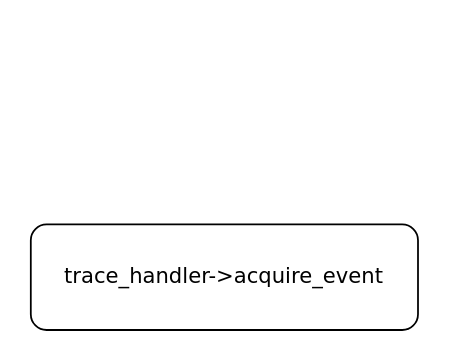
hubblezzhu/frr_learning keeps this draw.io diagram as perf_lock_contention.drawio. Above is the earlier version. Source tidied: cells renumbered, new cells numbered last; positions are measured from the earlier drawing's top-left corner, leaving out a move shared by most shapes. Both pictures are drawn from the tidied source at 176%, with x=0, y=0 at pixel (30, 224).
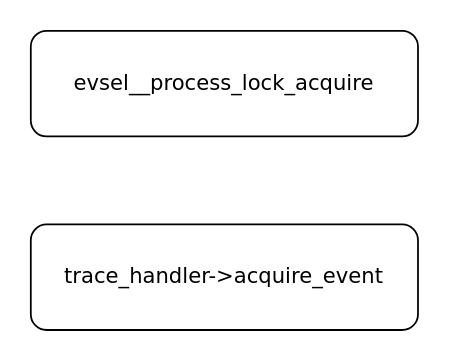
Above is the later version.

Change to the diagram source:
```diff
@@
 <mxGraphModel>
   <root>
     <mxCell id="0" />
     <mxCell id="1" parent="0" />
     <mxCell id="2" value="trace_handler-&amp;gt;acquire_event" style="rounded=1;whiteSpace=wrap;html=1;fontFamily=Verdana;" parent="1" vertex="1">
       <mxGeometry width="220" height="60" as="geometry" />
     </mxCell>
+    <mxCell id="3" value="evsel__process_lock_acquire" style="rounded=1;whiteSpace=wrap;html=1;fontFamily=Verdana;" parent="1" vertex="1">
+      <mxGeometry y="-110" width="220" height="60" as="geometry" />
+    </mxCell>
   </root>
 </mxGraphModel>
```
